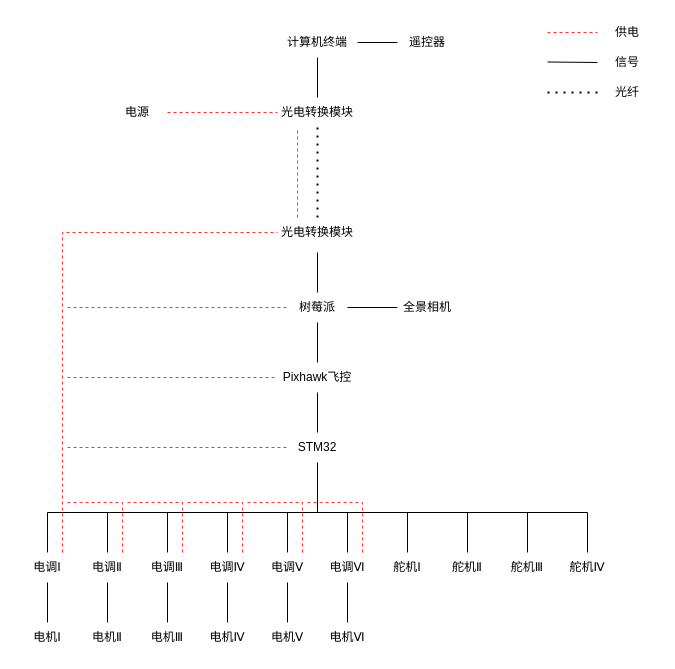
The draw.io diagram 两栖无人机架构图.drawio in Yapan0975/UAV-ROV, before the edit. Source tidied: cells renumbered, new cells numbered last; positions are measured from the earlier drawing's top-left corner, leaving out a move shared by most shapes. Both pictures are drawn from the tidied source at 100%, with x=0, y=0 at pixel (17, 17).
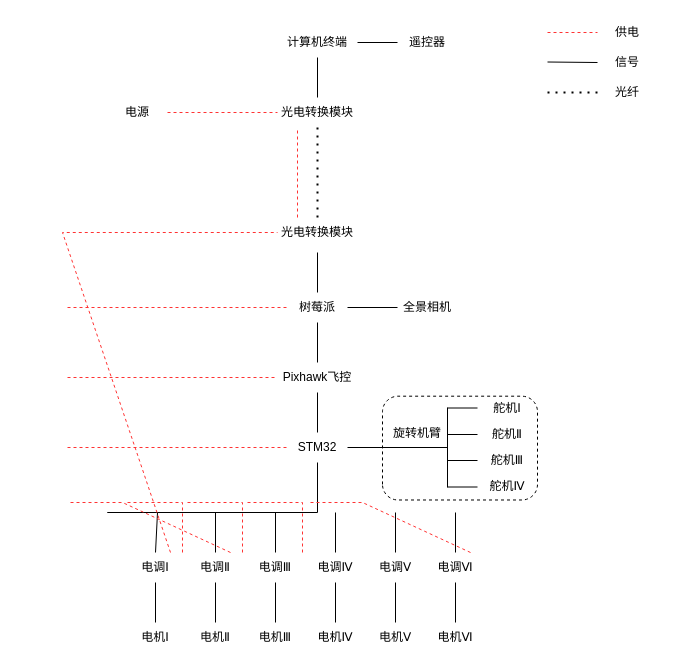
Above is the later version.

Commit message:
更新两栖无人机架构图.drawio

The change refers to these unchanged cells:
```xml
<mxCell id="7" value="STM32" style="text;html=1;align=center;verticalAlign=middle;whiteSpace=wrap;rounded=0;" parent="1" vertex="1">
  <mxGeometry x="270" y="415" width="60" height="30" as="geometry" />
</mxCell>
```

Diff of the diagram source:
```diff
@@
     <mxCell id="8" value="电调Ⅰ" style="text;html=1;align=center;verticalAlign=middle;whiteSpace=wrap;rounded=0;" parent="1" vertex="1">
-      <mxGeometry y="535" width="60" height="30" as="geometry" />
+      <mxGeometry x="108" y="535" width="60" height="30" as="geometry" />
     </mxCell>
     <mxCell id="9" value="电机Ⅰ" style="text;html=1;align=center;verticalAlign=middle;whiteSpace=wrap;rounded=0;" parent="1" vertex="1">
-      <mxGeometry y="605" width="60" height="30" as="geometry" />
+      <mxGeometry x="108" y="605" width="60" height="30" as="geometry" />
     </mxCell>
     <mxCell id="10" value="电调Ⅱ" style="text;html=1;align=center;verticalAlign=middle;whiteSpace=wrap;rounded=0;" parent="1" vertex="1">
-      <mxGeometry x="60" y="535" width="60" height="30" as="geometry" />
+      <mxGeometry x="168" y="535" width="60" height="30" as="geometry" />
     </mxCell>
     <mxCell id="11" value="电机Ⅱ" style="text;html=1;align=center;verticalAlign=middle;whiteSpace=wrap;rounded=0;" parent="1" vertex="1">
-      <mxGeometry x="60" y="605" width="60" height="30" as="geometry" />
+      <mxGeometry x="168" y="605" width="60" height="30" as="geometry" />
     </mxCell>
     <mxCell id="12" value="电调Ⅲ" style="text;html=1;align=center;verticalAlign=middle;whiteSpace=wrap;rounded=0;" parent="1" vertex="1">
-      <mxGeometry x="120" y="535" width="60" height="30" as="geometry" />
+      <mxGeometry x="228" y="535" width="60" height="30" as="geometry" />
     </mxCell>
     <mxCell id="13" value="电机Ⅲ" style="text;html=1;align=center;verticalAlign=middle;whiteSpace=wrap;rounded=0;" parent="1" vertex="1">
-      <mxGeometry x="120" y="605" width="60" height="30" as="geometry" />
+      <mxGeometry x="228" y="605" width="60" height="30" as="geometry" />
     </mxCell>
     <mxCell id="14" value="电调Ⅳ" style="text;html=1;align=center;verticalAlign=middle;whiteSpace=wrap;rounded=0;" parent="1" vertex="1">
-      <mxGeometry x="180" y="535" width="60" height="30" as="geometry" />
+      <mxGeometry x="288" y="535" width="60" height="30" as="geometry" />
     </mxCell>
     <mxCell id="15" value="电机Ⅳ" style="text;html=1;align=center;verticalAlign=middle;whiteSpace=wrap;rounded=0;" parent="1" vertex="1">
-      <mxGeometry x="180" y="605" width="60" height="30" as="geometry" />
+      <mxGeometry x="288" y="605" width="60" height="30" as="geometry" />
     </mxCell>
     <mxCell id="16" value="电调Ⅴ" style="text;html=1;align=center;verticalAlign=middle;whiteSpace=wrap;rounded=0;" parent="1" vertex="1">
-      <mxGeometry x="240" y="535" width="60" height="30" as="geometry" />
+      <mxGeometry x="348" y="535" width="60" height="30" as="geometry" />
     </mxCell>
     <mxCell id="17" value="电机Ⅴ" style="text;html=1;align=center;verticalAlign=middle;whiteSpace=wrap;rounded=0;" parent="1" vertex="1">
-      <mxGeometry x="240" y="605" width="60" height="30" as="geometry" />
+      <mxGeometry x="348" y="605" width="60" height="30" as="geometry" />
     </mxCell>
     <mxCell id="18" value="电调Ⅵ" style="text;html=1;align=center;verticalAlign=middle;whiteSpace=wrap;rounded=0;" parent="1" vertex="1">
-      <mxGeometry x="300" y="535" width="60" height="30" as="geometry" />
+      <mxGeometry x="408" y="535" width="60" height="30" as="geometry" />
     </mxCell>
     <mxCell id="19" value="电机Ⅵ" style="text;html=1;align=center;verticalAlign=middle;whiteSpace=wrap;rounded=0;" parent="1" vertex="1">
-      <mxGeometry x="300" y="605" width="60" height="30" as="geometry" />
+      <mxGeometry x="408" y="605" width="60" height="30" as="geometry" />
     </mxCell>
-    <mxCell id="20" value="舵机Ⅰ" style="text;html=1;align=center;verticalAlign=middle;whiteSpace=wrap;rounded=0;" parent="1" vertex="1">
-      <mxGeometry x="360" y="535" width="60" height="30" as="geometry" />
+    <mxCell id="20" value="舵机Ⅰ" style="text;html=1;align=center;verticalAlign=middle;whiteSpace=wrap;rounded=0;direction=east;" parent="1" vertex="1">
+      <mxGeometry x="460" y="375.5" width="60" height="30" as="geometry" />
     </mxCell>
-    <mxCell id="21" value="舵机Ⅱ" style="text;html=1;align=center;verticalAlign=middle;whiteSpace=wrap;rounded=0;" parent="1" vertex="1">
-      <mxGeometry x="420" y="535" width="60" height="30" as="geometry" />
+    <mxCell id="21" value="舵机Ⅱ" style="text;html=1;align=center;verticalAlign=middle;whiteSpace=wrap;rounded=0;direction=east;" parent="1" vertex="1">
+      <mxGeometry x="460" y="402" width="60" height="30" as="geometry" />
     </mxCell>
-    <mxCell id="22" value="舵机Ⅲ" style="text;html=1;align=center;verticalAlign=middle;whiteSpace=wrap;rounded=0;" parent="1" vertex="1">
-      <mxGeometry x="480" y="535" width="60" height="30" as="geometry" />
+    <mxCell id="22" value="舵机Ⅲ" style="text;html=1;align=center;verticalAlign=middle;whiteSpace=wrap;rounded=0;direction=east;" parent="1" vertex="1">
+      <mxGeometry x="460" y="428" width="60" height="30" as="geometry" />
     </mxCell>
-    <mxCell id="23" value="舵机Ⅳ" style="text;html=1;align=center;verticalAlign=middle;whiteSpace=wrap;rounded=0;" parent="1" vertex="1">
-      <mxGeometry x="540" y="535" width="60" height="30" as="geometry" />
+    <mxCell id="23" value="舵机Ⅳ" style="text;html=1;align=center;verticalAlign=middle;whiteSpace=wrap;rounded=0;direction=east;" parent="1" vertex="1">
+      <mxGeometry x="460" y="454" width="60" height="30" as="geometry" />
     </mxCell>
@@
     <mxCell id="30" style="endArrow=none;html=1;rounded=0;entryX=0.5;entryY=1;entryDx=0;entryDy=0;exitX=0.5;exitY=0;exitDx=0;exitDy=0;" parent="1" edge="1" source="8" target="7">
       <mxGeometry relative="1" as="geometry">
         <Array as="points">
-          <mxPoint x="30" y="495" />
+          <mxPoint x="140" y="495" />
           <mxPoint x="90" y="495" />
           <mxPoint x="300" y="495" />
         </Array>
       </mxGeometry>
     </mxCell>
-    <mxCell id="31" style="endArrow=none;html=1;rounded=0;entryX=0.5;entryY=0;entryDx=0;entryDy=0;" parent="1" edge="1" target="23">
-      <mxGeometry relative="1" as="geometry">
-        <mxPoint x="180" y="495" as="sourcePoint" />
-        <Array as="points">
-          <mxPoint x="300" y="495" />
-          <mxPoint x="570" y="495" />
-        </Array>
-      </mxGeometry>
-    </mxCell>
-    <mxCell id="32" style="endArrow=none;html=1;rounded=0;exitX=0.5;exitY=0;exitDx=0;exitDy=0;" parent="1" edge="1" source="22">
+    <mxCell id="32" style="endArrow=none;html=1;rounded=0;exitX=0;exitY=0.5;exitDx=0;exitDy=0;" parent="1" edge="1" source="22">
       <mxGeometry relative="1" as="geometry">
-        <mxPoint x="510" y="495" as="targetPoint" />
+        <mxPoint x="430" y="443" as="targetPoint" />
       </mxGeometry>
     </mxCell>
-    <mxCell id="33" style="endArrow=none;html=1;rounded=0;exitX=0.5;exitY=0;exitDx=0;exitDy=0;" parent="1" edge="1" source="21">
+    <mxCell id="33" style="endArrow=none;html=1;rounded=0;exitX=0;exitY=0.5;exitDx=0;exitDy=0;" parent="1" edge="1" source="21">
       <mxGeometry relative="1" as="geometry">
-        <mxPoint x="450" y="495" as="targetPoint" />
+        <mxPoint x="430" y="417" as="targetPoint" />
       </mxGeometry>
     </mxCell>
-    <mxCell id="34" style="endArrow=none;html=1;rounded=0;exitX=0.5;exitY=0;exitDx=0;exitDy=0;" parent="1" edge="1" source="20">
+    <mxCell id="34" style="endArrow=none;html=1;rounded=0;exitX=0;exitY=0.5;exitDx=0;exitDy=0;" parent="1" edge="1">
       <mxGeometry relative="1" as="geometry">
-        <mxPoint x="390" y="495" as="targetPoint" />
+        <mxPoint x="460" y="390.5" as="sourcePoint" />
+        <mxPoint x="430" y="390.5" as="targetPoint" />
       </mxGeometry>
     </mxCell>
     <mxCell id="35" style="endArrow=none;html=1;rounded=0;exitX=0.5;exitY=0;exitDx=0;exitDy=0;" parent="1" edge="1" source="18">
       <mxGeometry relative="1" as="geometry">
-        <mxPoint x="330" y="495" as="targetPoint" />
+        <mxPoint x="438" y="495" as="targetPoint" />
       </mxGeometry>
     </mxCell>
     <mxCell id="36" style="endArrow=none;html=1;rounded=0;exitX=0.5;exitY=0;exitDx=0;exitDy=0;" parent="1" edge="1" source="16">
       <mxGeometry relative="1" as="geometry">
-        <mxPoint x="270" y="495" as="targetPoint" />
+        <mxPoint x="378" y="495" as="targetPoint" />
       </mxGeometry>
     </mxCell>
     <mxCell id="37" style="endArrow=none;html=1;rounded=0;exitX=0.5;exitY=0;exitDx=0;exitDy=0;" parent="1" edge="1" source="14">
       <mxGeometry relative="1" as="geometry">
-        <mxPoint x="210" y="495" as="targetPoint" />
+        <mxPoint x="318" y="495" as="targetPoint" />
       </mxGeometry>
     </mxCell>
     <mxCell id="38" style="endArrow=none;html=1;rounded=0;exitX=0.5;exitY=0;exitDx=0;exitDy=0;" parent="1" edge="1" source="12">
       <mxGeometry relative="1" as="geometry">
-        <mxPoint x="150" y="495" as="targetPoint" />
+        <mxPoint x="258" y="495" as="targetPoint" />
       </mxGeometry>
     </mxCell>
     <mxCell id="39" style="endArrow=none;html=1;rounded=0;exitX=0.5;exitY=0;exitDx=0;exitDy=0;" parent="1" edge="1" source="10">
       <mxGeometry relative="1" as="geometry">
-        <mxPoint x="90" y="495" as="targetPoint" />
+        <mxPoint x="198" y="495" as="targetPoint" />
       </mxGeometry>
     </mxCell>
@@
+    <mxCell id="67" value="旋转机臂" style="text;html=1;align=center;verticalAlign=middle;whiteSpace=wrap;rounded=0;" parent="1" vertex="1">
+      <mxGeometry x="370" y="400.5" width="60" height="30" as="geometry" />
+    </mxCell>
+    <mxCell id="68" style="rounded=1;whiteSpace=wrap;html=1;fillColor=none;dashed=1;rotation=-90;" parent="1" vertex="1">
+      <mxGeometry x="390.6" y="353.1" width="103.8" height="155" as="geometry" />
+    </mxCell>
+    <mxCell id="69" style="endArrow=none;html=1;rounded=0;" parent="1" edge="1">
+      <mxGeometry relative="1" as="geometry">
+        <mxPoint x="330" y="430" as="sourcePoint" />
+        <mxPoint x="430" y="430" as="targetPoint" />
+      </mxGeometry>
+    </mxCell>
+    <mxCell id="70" style="endArrow=none;html=1;rounded=0;entryX=0;entryY=0.5;entryDx=0;entryDy=0;" parent="1" edge="1">
+      <mxGeometry relative="1" as="geometry">
+        <mxPoint x="430" y="469.5" as="sourcePoint" />
+        <mxPoint x="460" y="469.5" as="targetPoint" />
+      </mxGeometry>
+    </mxCell>
+    <mxCell id="71" style="endArrow=none;html=1;rounded=0;" parent="1" edge="1">
+      <mxGeometry relative="1" as="geometry">
+        <mxPoint x="430" y="390" as="sourcePoint" />
+        <mxPoint x="430" y="470" as="targetPoint" />
+      </mxGeometry>
+    </mxCell>
```
